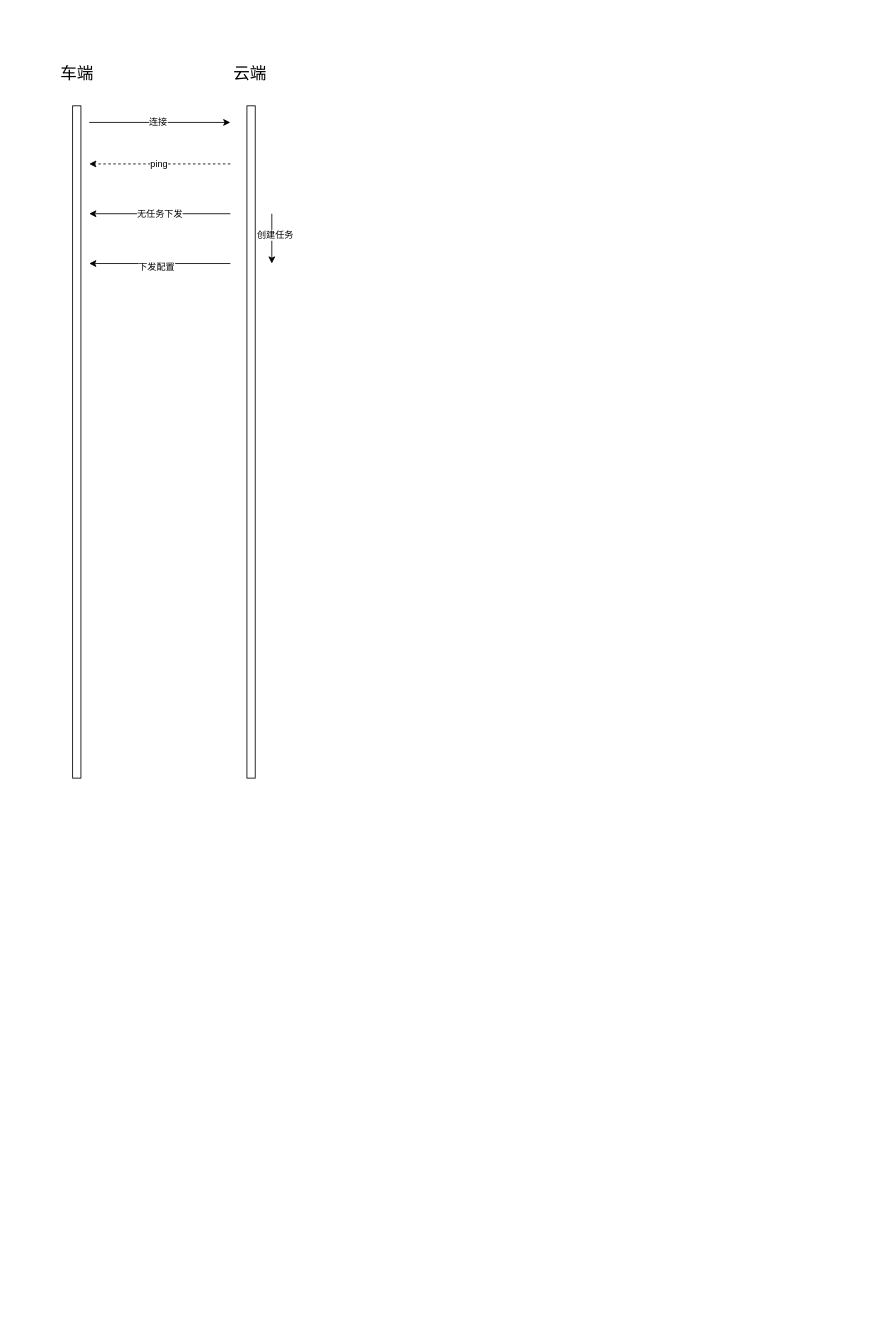
Above: 测试模块-端云交互图.drawio in shaozc3g/draw_io (draw.io), before the change. Source tidied: cells renumbered, new cells numbered last; positions are measured from the earlier drawing's top-left corner, leaving out a move shared by most shapes. Both pictures are drawn from the tidied source at 83%, with x=0, y=0 at pixel (37, 47).
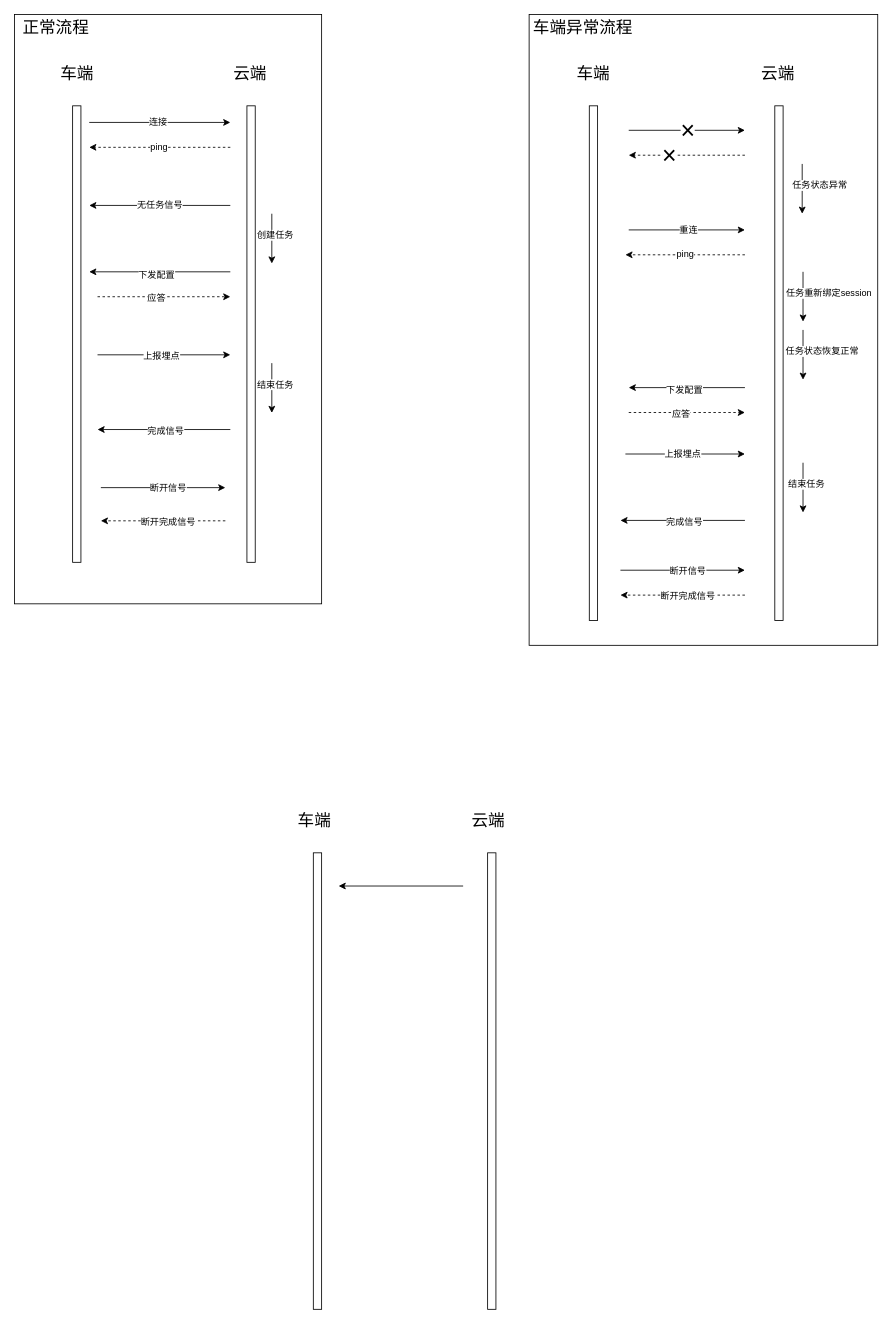
The same page after the edit.

Commit message:
更新测试模块-端云交互图.drawio

Change to the diagram source:
```diff
@@
+    <mxCell id="16" style="rounded=0;whiteSpace=wrap;html=1;" parent="1" vertex="1">
+      <mxGeometry x="592" y="-40" width="420" height="760" as="geometry" />
+    </mxCell>
+    <mxCell id="17" style="rounded=0;whiteSpace=wrap;html=1;" parent="1" vertex="1">
+      <mxGeometry x="-28" y="-40" width="370" height="710" as="geometry" />
+    </mxCell>
     <mxCell id="2" style="html=1;perimeter=orthogonalPerimeter;targetShapes=umlLifeline;newEdgeStyle={&quot;curved&quot;:0,&quot;rounded&quot;:0};" parent="1" vertex="1">
-      <mxGeometry x="42" y="70" width="10" height="810" as="geometry" />
+      <mxGeometry x="42" y="70" width="10" height="550" as="geometry" />
     </mxCell>
@@
     <mxCell id="4" style="html=1;perimeter=orthogonalPerimeter;targetShapes=umlLifeline;newEdgeStyle={&quot;curved&quot;:0,&quot;rounded&quot;:0};" parent="1" vertex="1">
-      <mxGeometry x="252" y="70" width="10" height="810" as="geometry" />
+      <mxGeometry x="252" y="70" width="10" height="550" as="geometry" />
     </mxCell>
@@
     <mxCell id="8" style="endArrow=classic;html=1;rounded=0;dashed=1;" parent="1" edge="1">
       <mxGeometry relative="1" as="geometry">
-        <mxPoint x="232" y="140" as="sourcePoint" />
-        <mxPoint x="62" y="140" as="targetPoint" />
+        <mxPoint x="232" y="120" as="sourcePoint" />
+        <mxPoint x="62" y="120" as="targetPoint" />
       </mxGeometry>
     </mxCell>
@@
     <mxCell id="10" style="endArrow=classic;html=1;rounded=0;" parent="1" edge="1">
       <mxGeometry relative="1" as="geometry">
-        <mxPoint x="232" y="200" as="sourcePoint" />
-        <mxPoint x="62" y="200" as="targetPoint" />
+        <mxPoint x="232" y="190" as="sourcePoint" />
+        <mxPoint x="62" y="190" as="targetPoint" />
       </mxGeometry>
     </mxCell>
-    <mxCell id="11" value="无任务下发" style="edgeLabel;html=1;align=center;verticalAlign=middle;" parent="10" vertex="1">
+    <mxCell id="11" value="无任务信号" style="edgeLabel;html=1;align=center;verticalAlign=middle;" parent="10" vertex="1">
       <mxGeometry x="0.01" y="-1" relative="1" as="geometry" />
     </mxCell>
@@
     <mxCell id="14" style="endArrow=classic;html=1;rounded=0;" parent="1" edge="1">
       <mxGeometry relative="1" as="geometry">
-        <mxPoint x="232" y="260" as="sourcePoint" />
-        <mxPoint x="62" y="260" as="targetPoint" />
+        <mxPoint x="232" y="270" as="sourcePoint" />
+        <mxPoint x="62" y="270" as="targetPoint" />
       </mxGeometry>
     </mxCell>
@@
+    <mxCell id="18" style="endArrow=classic;html=1;rounded=0;dashed=1;" parent="1" edge="1">
+      <mxGeometry relative="1" as="geometry">
+        <mxPoint x="72" y="300" as="sourcePoint" />
+        <mxPoint x="232" y="300" as="targetPoint" />
+      </mxGeometry>
+    </mxCell>
+    <mxCell id="19" value="应答" style="edgeLabel;html=1;align=center;verticalAlign=middle;" parent="18" vertex="1">
+      <mxGeometry x="-0.12" y="-1" relative="1" as="geometry" />
+    </mxCell>
+    <mxCell id="20" style="endArrow=classic;html=1;rounded=0;" parent="1" edge="1">
+      <mxGeometry relative="1" as="geometry">
+        <mxPoint x="72" y="370" as="sourcePoint" />
+        <mxPoint x="232" y="370" as="targetPoint" />
+      </mxGeometry>
+    </mxCell>
+    <mxCell id="21" value="上报埋点" style="edgeLabel;html=1;align=center;verticalAlign=middle;" parent="20" vertex="1">
+      <mxGeometry x="-0.05" relative="1" as="geometry" />
+    </mxCell>
+    <mxCell id="22" style="endArrow=classic;html=1;rounded=0;" parent="1" edge="1">
+      <mxGeometry relative="1" as="geometry">
+        <mxPoint x="282" y="380" as="sourcePoint" />
+        <mxPoint x="282" y="440" as="targetPoint" />
+      </mxGeometry>
+    </mxCell>
+    <mxCell id="23" value="结束任务" style="edgeLabel;html=1;align=center;verticalAlign=middle;" parent="22" vertex="1">
+      <mxGeometry x="-0.17" y="3" relative="1" as="geometry" />
+    </mxCell>
+    <mxCell id="24" style="endArrow=classic;html=1;rounded=0;" parent="1" edge="1">
+      <mxGeometry relative="1" as="geometry">
+        <mxPoint x="232" y="460" as="sourcePoint" />
+        <mxPoint x="72" y="460" as="targetPoint" />
+      </mxGeometry>
+    </mxCell>
+    <mxCell id="25" value="完成信号" style="edgeLabel;html=1;align=center;verticalAlign=middle;" parent="24" vertex="1">
+      <mxGeometry x="-0.01" y="1" relative="1" as="geometry" />
+    </mxCell>
+    <mxCell id="26" style="html=1;perimeter=orthogonalPerimeter;targetShapes=umlLifeline;newEdgeStyle={&quot;curved&quot;:0,&quot;rounded&quot;:0};" parent="1" vertex="1">
+      <mxGeometry x="664.5" y="70" width="10" height="620" as="geometry" />
+    </mxCell>
+    <mxCell id="27" value="车端" style="text;html=1;align=center;verticalAlign=middle;whiteSpace=wrap;rounded=0;fontSize=20;" parent="1" vertex="1">
+      <mxGeometry x="622" width="95" height="60" as="geometry" />
+    </mxCell>
+    <mxCell id="28" style="html=1;perimeter=orthogonalPerimeter;targetShapes=umlLifeline;newEdgeStyle={&quot;curved&quot;:0,&quot;rounded&quot;:0};" parent="1" vertex="1">
+      <mxGeometry x="888" y="70" width="10" height="620" as="geometry" />
+    </mxCell>
+    <mxCell id="29" value="云端" style="text;html=1;align=center;verticalAlign=middle;whiteSpace=wrap;rounded=0;fontSize=20;" parent="1" vertex="1">
+      <mxGeometry x="862" y="15" width="60" height="30" as="geometry" />
+    </mxCell>
+    <mxCell id="30" style="endArrow=classic;html=1;rounded=0;" parent="1" edge="1">
+      <mxGeometry relative="1" as="geometry">
+        <mxPoint x="76" y="530" as="sourcePoint" />
+        <mxPoint x="226" y="530" as="targetPoint" />
+      </mxGeometry>
+    </mxCell>
+    <mxCell id="31" value="断开信号" style="edgeLabel;html=1;align=center;verticalAlign=middle;" parent="30" vertex="1">
+      <mxGeometry x="0.07" relative="1" as="geometry" />
+    </mxCell>
+    <mxCell id="32" style="endArrow=classic;html=1;rounded=0;dashed=1;" parent="1" edge="1">
+      <mxGeometry relative="1" as="geometry">
+        <mxPoint x="226" y="570" as="sourcePoint" />
+        <mxPoint x="76" y="570" as="targetPoint" />
+      </mxGeometry>
+    </mxCell>
+    <mxCell id="33" value="断开完成信号" style="edgeLabel;html=1;align=center;verticalAlign=middle;" parent="32" vertex="1">
+      <mxGeometry x="0.05" y="1" relative="1" as="geometry">
+        <mxPoint x="9" as="offset" />
+      </mxGeometry>
+    </mxCell>
+    <mxCell id="34" value="正常流程" style="text;html=1;align=center;verticalAlign=middle;whiteSpace=wrap;rounded=0;fontSize=20;" parent="1" vertex="1">
+      <mxGeometry x="-28" y="-40" width="100" height="30" as="geometry" />
+    </mxCell>
+    <mxCell id="35" style="endArrow=classic;html=1;rounded=0;" parent="1" edge="1">
+      <mxGeometry relative="1" as="geometry">
+        <mxPoint x="712" y="99.5" as="sourcePoint" />
+        <mxPoint x="852" y="99.5" as="targetPoint" />
+      </mxGeometry>
+    </mxCell>
+    <mxCell id="36" value="×" style="edgeLabel;html=1;align=center;verticalAlign=middle;fontSize=30;" parent="35" vertex="1">
+      <mxGeometry y="-2" relative="1" as="geometry">
+        <mxPoint y="-2" as="offset" />
+      </mxGeometry>
+    </mxCell>
+    <mxCell id="37" style="endArrow=classic;html=1;rounded=0;" parent="1" edge="1">
+      <mxGeometry relative="1" as="geometry">
+        <mxPoint x="921" y="140" as="sourcePoint" />
+        <mxPoint x="921" y="200" as="targetPoint" />
+      </mxGeometry>
+    </mxCell>
+    <mxCell id="38" value="任务状态异常" style="edgeLabel;html=1;align=center;verticalAlign=middle;" parent="37" vertex="1">
+      <mxGeometry x="-0.17" y="3" relative="1" as="geometry">
+        <mxPoint x="17" as="offset" />
+      </mxGeometry>
+    </mxCell>
+    <mxCell id="39" style="endArrow=classic;html=1;rounded=0;dashed=1;" parent="1" edge="1">
+      <mxGeometry relative="1" as="geometry">
+        <mxPoint x="852" y="129.5" as="sourcePoint" />
+        <mxPoint x="712" y="129.5" as="targetPoint" />
+      </mxGeometry>
+    </mxCell>
+    <mxCell id="40" value="×" style="edgeLabel;html=1;align=center;verticalAlign=middle;fontSize=30;" parent="1" vertex="1">
+      <mxGeometry x="572" y="260" as="geometry">
+        <mxPoint x="188" y="-131" as="offset" />
+      </mxGeometry>
+    </mxCell>
+    <mxCell id="41" style="endArrow=classic;html=1;rounded=0;" parent="1" edge="1">
+      <mxGeometry relative="1" as="geometry">
+        <mxPoint x="712" y="219.5" as="sourcePoint" />
+        <mxPoint x="852" y="219.5" as="targetPoint" />
+      </mxGeometry>
+    </mxCell>
+    <mxCell id="42" value="重连" style="edgeLabel;html=1;align=center;verticalAlign=middle;" parent="41" vertex="1">
+      <mxGeometry x="0.01" relative="1" as="geometry" />
+    </mxCell>
+    <mxCell id="43" style="endArrow=classic;html=1;rounded=0;dashed=1;" parent="1" edge="1">
+      <mxGeometry relative="1" as="geometry">
+        <mxPoint x="852" y="249.5" as="sourcePoint" />
+        <mxPoint x="708" y="249.5" as="targetPoint" />
+      </mxGeometry>
+    </mxCell>
+    <mxCell id="44" value="ping" style="edgeLabel;html=1;align=center;verticalAlign=middle;" parent="43" vertex="1">
+      <mxGeometry x="0.02" y="-1" relative="1" as="geometry" />
+    </mxCell>
+    <mxCell id="45" style="endArrow=classic;html=1;rounded=0;" parent="1" edge="1">
+      <mxGeometry relative="1" as="geometry">
+        <mxPoint x="922" y="270" as="sourcePoint" />
+        <mxPoint x="922" y="330" as="targetPoint" />
+      </mxGeometry>
+    </mxCell>
+    <mxCell id="46" value="任务重新绑定session" style="edgeLabel;html=1;align=center;verticalAlign=middle;" parent="45" vertex="1">
+      <mxGeometry x="-0.17" y="3" relative="1" as="geometry">
+        <mxPoint x="27" as="offset" />
+      </mxGeometry>
+    </mxCell>
+    <mxCell id="47" style="endArrow=classic;html=1;rounded=0;" parent="1" edge="1">
+      <mxGeometry relative="1" as="geometry">
+        <mxPoint x="922" y="340" as="sourcePoint" />
+        <mxPoint x="922" y="400" as="targetPoint" />
+      </mxGeometry>
+    </mxCell>
+    <mxCell id="48" value="任务状态恢复正常" style="edgeLabel;html=1;align=center;verticalAlign=middle;" parent="47" vertex="1">
+      <mxGeometry x="-0.17" y="3" relative="1" as="geometry">
+        <mxPoint x="19" as="offset" />
+      </mxGeometry>
+    </mxCell>
+    <mxCell id="49" style="endArrow=classic;html=1;rounded=0;" parent="1" edge="1">
+      <mxGeometry relative="1" as="geometry">
+        <mxPoint x="852" y="409.5" as="sourcePoint" />
+        <mxPoint x="712" y="409.5" as="targetPoint" />
+      </mxGeometry>
+    </mxCell>
+    <mxCell id="50" value="下发配置" style="edgeLabel;html=1;align=center;verticalAlign=middle;" parent="49" vertex="1">
+      <mxGeometry x="0.06" y="3" relative="1" as="geometry" />
+    </mxCell>
+    <mxCell id="51" style="endArrow=classic;html=1;rounded=0;dashed=1;" parent="1" edge="1">
+      <mxGeometry relative="1" as="geometry">
+        <mxPoint x="712" y="439.5" as="sourcePoint" />
+        <mxPoint x="852" y="439.5" as="targetPoint" />
+      </mxGeometry>
+    </mxCell>
+    <mxCell id="52" value="应答" style="edgeLabel;html=1;align=center;verticalAlign=middle;" parent="51" vertex="1">
+      <mxGeometry x="-0.12" y="-1" relative="1" as="geometry" />
+    </mxCell>
+    <mxCell id="53" style="endArrow=classic;html=1;rounded=0;" parent="1" edge="1">
+      <mxGeometry relative="1" as="geometry">
+        <mxPoint x="708" y="489.5" as="sourcePoint" />
+        <mxPoint x="852" y="489.5" as="targetPoint" />
+      </mxGeometry>
+    </mxCell>
+    <mxCell id="54" value="上报埋点" style="edgeLabel;html=1;align=center;verticalAlign=middle;" parent="53" vertex="1">
+      <mxGeometry x="-0.05" relative="1" as="geometry" />
+    </mxCell>
+    <mxCell id="55" style="endArrow=classic;html=1;rounded=0;" parent="1" edge="1">
+      <mxGeometry relative="1" as="geometry">
+        <mxPoint x="922" y="500" as="sourcePoint" />
+        <mxPoint x="922" y="560" as="targetPoint" />
+      </mxGeometry>
+    </mxCell>
+    <mxCell id="56" value="结束任务" style="edgeLabel;html=1;align=center;verticalAlign=middle;" parent="55" vertex="1">
+      <mxGeometry x="-0.17" y="3" relative="1" as="geometry" />
+    </mxCell>
+    <mxCell id="57" style="endArrow=classic;html=1;rounded=0;" parent="1" edge="1">
+      <mxGeometry relative="1" as="geometry">
+        <mxPoint x="852" y="569.5" as="sourcePoint" />
+        <mxPoint x="702" y="569.5" as="targetPoint" />
+      </mxGeometry>
+    </mxCell>
+    <mxCell id="58" value="完成信号" style="edgeLabel;html=1;align=center;verticalAlign=middle;" parent="57" vertex="1">
+      <mxGeometry x="-0.01" y="1" relative="1" as="geometry" />
+    </mxCell>
+    <mxCell id="59" style="endArrow=classic;html=1;rounded=0;" parent="1" edge="1">
+      <mxGeometry relative="1" as="geometry">
+        <mxPoint x="702" y="629.5" as="sourcePoint" />
+        <mxPoint x="852" y="629.5" as="targetPoint" />
+      </mxGeometry>
+    </mxCell>
+    <mxCell id="60" value="断开信号" style="edgeLabel;html=1;align=center;verticalAlign=middle;" parent="59" vertex="1">
+      <mxGeometry x="0.07" relative="1" as="geometry" />
+    </mxCell>
+    <mxCell id="61" style="endArrow=classic;html=1;rounded=0;dashed=1;" parent="1" edge="1">
+      <mxGeometry relative="1" as="geometry">
+        <mxPoint x="852" y="659.5" as="sourcePoint" />
+        <mxPoint x="702" y="659.5" as="targetPoint" />
+      </mxGeometry>
+    </mxCell>
+    <mxCell id="62" value="断开完成信号" style="edgeLabel;html=1;align=center;verticalAlign=middle;" parent="61" vertex="1">
+      <mxGeometry x="0.05" y="1" relative="1" as="geometry">
+        <mxPoint x="9" as="offset" />
+      </mxGeometry>
+    </mxCell>
+    <mxCell id="63" value="车端异常流程" style="text;html=1;align=center;verticalAlign=middle;whiteSpace=wrap;rounded=0;fontSize=20;" parent="1" vertex="1">
+      <mxGeometry x="592" y="-40" width="130" height="30" as="geometry" />
+    </mxCell>
+    <mxCell id="64" style="html=1;perimeter=orthogonalPerimeter;targetShapes=umlLifeline;newEdgeStyle={&quot;curved&quot;:0,&quot;rounded&quot;:0};" parent="1" vertex="1">
+      <mxGeometry x="332" y="970" width="10" height="550" as="geometry" />
+    </mxCell>
+    <mxCell id="65" style="html=1;perimeter=orthogonalPerimeter;targetShapes=umlLifeline;newEdgeStyle={&quot;curved&quot;:0,&quot;rounded&quot;:0};" parent="1" vertex="1">
+      <mxGeometry x="542" y="970" width="10" height="550" as="geometry" />
+    </mxCell>
+    <mxCell id="66" value="车端" style="text;html=1;align=center;verticalAlign=middle;whiteSpace=wrap;rounded=0;fontSize=20;" parent="1" vertex="1">
+      <mxGeometry x="286" y="900" width="95" height="60" as="geometry" />
+    </mxCell>
+    <mxCell id="67" value="云端" style="text;html=1;align=center;verticalAlign=middle;whiteSpace=wrap;rounded=0;fontSize=20;" parent="1" vertex="1">
+      <mxGeometry x="512.5" y="915" width="60" height="30" as="geometry" />
+    </mxCell>
+    <mxCell id="68" style="endArrow=classic;html=1;rounded=0;" parent="1" edge="1">
+      <mxGeometry relative="1" as="geometry">
+        <mxPoint x="512.5" y="1010" as="sourcePoint" />
+        <mxPoint x="362.5" y="1010" as="targetPoint" />
+      </mxGeometry>
+    </mxCell>
```
